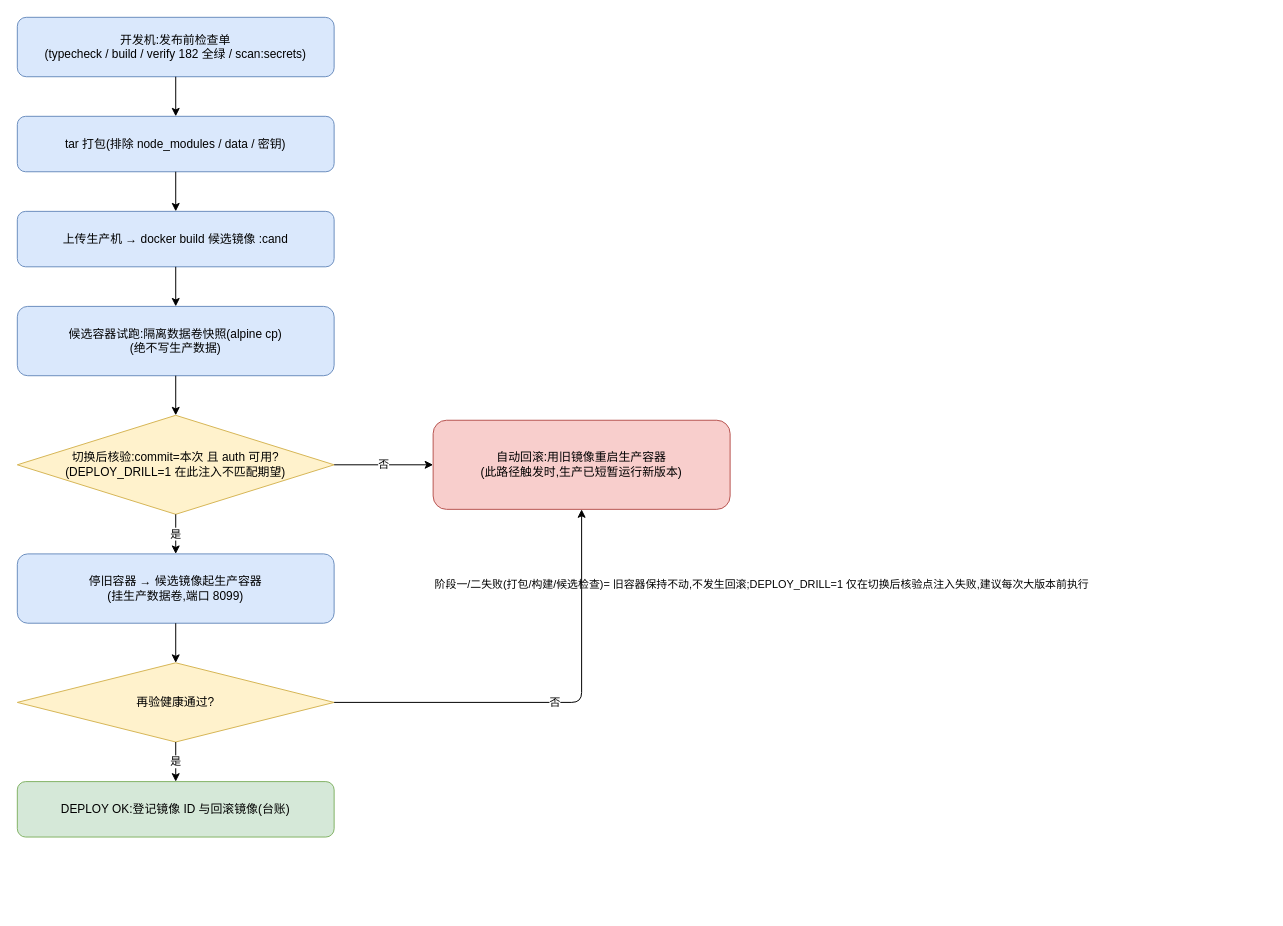
apllozhang/MMBoard keeps this draw.io diagram as docs/diagrams/06-发布与回滚流程.drawio. Above is the earlier version. Source tidied: cells renumbered, new cells numbered last; positions are measured from the earlier drawing's top-left corner, leaving out a move shared by most shapes. Both pictures are drawn from the tidied source at 99%, with x=0, y=0 at pixel (17, 17).
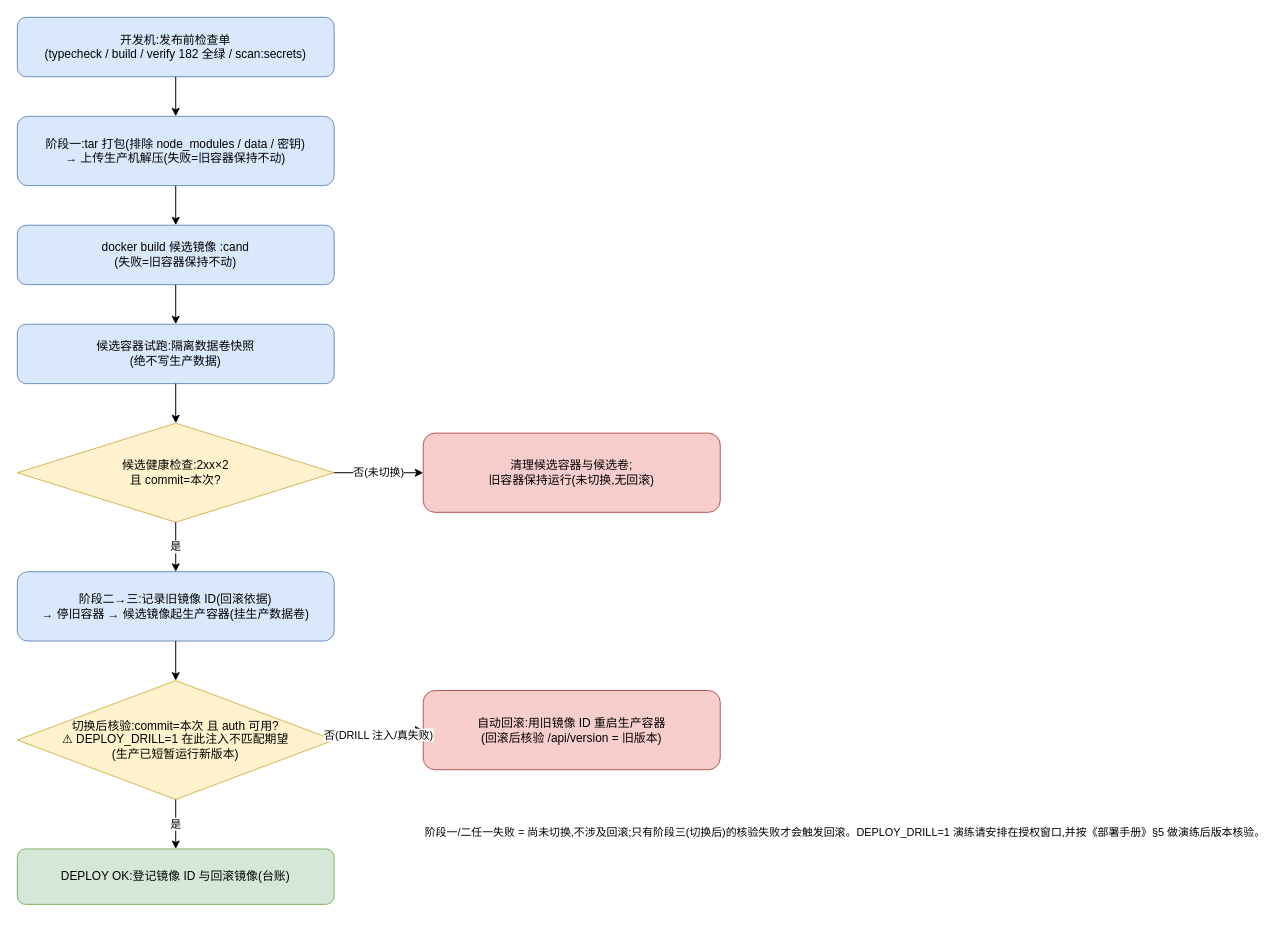
Above is the later version.

The edit, as a diff of the source:
```diff
@@
-    <mxCell id="3" value="tar 打包(排除 node_modules / data / 密钥)" style="rounded=1;whiteSpace=wrap;html=1;fillColor=#dae8fc;strokeColor=#6c8ebf;" parent="1" vertex="1">
-      <mxGeometry y="100" width="320" height="56" as="geometry" />
+    <mxCell id="3" value="阶段一:tar 打包(排除 node_modules / data / 密钥)&lt;br&gt;→ 上传生产机解压(失败=旧容器保持不动)" style="rounded=1;whiteSpace=wrap;html=1;fillColor=#dae8fc;strokeColor=#6c8ebf;" parent="1" vertex="1">
+      <mxGeometry y="100" width="320" height="70" as="geometry" />
     </mxCell>
-    <mxCell id="4" value="上传生产机 → docker build 候选镜像 :cand" style="rounded=1;whiteSpace=wrap;html=1;fillColor=#dae8fc;strokeColor=#6c8ebf;" parent="1" vertex="1">
-      <mxGeometry y="196" width="320" height="56" as="geometry" />
+    <mxCell id="4" value="docker build 候选镜像 :cand&lt;br&gt;(失败=旧容器保持不动)" style="rounded=1;whiteSpace=wrap;html=1;fillColor=#dae8fc;strokeColor=#6c8ebf;" parent="1" vertex="1">
+      <mxGeometry y="210" width="320" height="60" as="geometry" />
     </mxCell>
-    <mxCell id="5" value="候选容器试跑:隔离数据卷快照(alpine cp)&lt;br&gt;(绝不写生产数据)" style="rounded=1;whiteSpace=wrap;html=1;fillColor=#dae8fc;strokeColor=#6c8ebf;" parent="1" vertex="1">
-      <mxGeometry y="292" width="320" height="70" as="geometry" />
+    <mxCell id="5" value="候选容器试跑:隔离数据卷快照&lt;br&gt;(绝不写生产数据)" style="rounded=1;whiteSpace=wrap;html=1;fillColor=#dae8fc;strokeColor=#6c8ebf;" parent="1" vertex="1">
+      <mxGeometry y="310" width="320" height="60" as="geometry" />
     </mxCell>
-    <mxCell id="6" value="切换后核验:commit=本次 且 auth 可用?&lt;br&gt;(DEPLOY_DRILL=1 在此注入不匹配期望)" style="rhombus;whiteSpace=wrap;html=1;fillColor=#fff2cc;strokeColor=#d6b656;" parent="1" vertex="1">
-      <mxGeometry y="402" width="320" height="100" as="geometry" />
+    <mxCell id="6" value="候选健康检查:2xx×2&lt;br&gt;且 commit=本次?" style="rhombus;whiteSpace=wrap;html=1;fillColor=#fff2cc;strokeColor=#d6b656;" parent="1" vertex="1">
+      <mxGeometry y="410" width="320" height="100" as="geometry" />
     </mxCell>
-    <mxCell id="7" value="自动回滚:用旧镜像重启生产容器&lt;br&gt;(此路径触发时,生产已短暂运行新版本)" style="rounded=1;whiteSpace=wrap;html=1;fillColor=#f8cecc;strokeColor=#b85450;" parent="1" vertex="1">
-      <mxGeometry x="420" y="407" width="300" height="90" as="geometry" />
-    </mxCell>
+    <mxCell id="21" value="清理候选容器与候选卷;&lt;br&gt;旧容器保持运行(未切换,无回滚)" style="rounded=1;whiteSpace=wrap;html=1;fillColor=#f8cecc;strokeColor=#b85450;" parent="1" vertex="1">
+      <mxGeometry x="410" y="420" width="300" height="80" as="geometry" />
+    </mxCell>
-    <mxCell id="8" value="停旧容器 → 候选镜像起生产容器&lt;br&gt;(挂生产数据卷,端口 8099)" style="rounded=1;whiteSpace=wrap;html=1;fillColor=#dae8fc;strokeColor=#6c8ebf;" parent="1" vertex="1">
-      <mxGeometry y="542" width="320" height="70" as="geometry" />
+    <mxCell id="8" value="阶段二→三:记录旧镜像 ID(回滚依据)&lt;br&gt;→ 停旧容器 → 候选镜像起生产容器(挂生产数据卷)" style="rounded=1;whiteSpace=wrap;html=1;fillColor=#dae8fc;strokeColor=#6c8ebf;" parent="1" vertex="1">
+      <mxGeometry y="560" width="320" height="70" as="geometry" />
     </mxCell>
-    <mxCell id="9" value="再验健康通过?" style="rhombus;whiteSpace=wrap;html=1;fillColor=#fff2cc;strokeColor=#d6b656;" parent="1" vertex="1">
-      <mxGeometry y="652" width="320" height="80" as="geometry" />
+    <mxCell id="9" value="切换后核验:commit=本次 且 auth 可用?&lt;br&gt;⚠ DEPLOY_DRILL=1 在此注入不匹配期望&lt;br&gt;(生产已短暂运行新版本)" style="rhombus;whiteSpace=wrap;html=1;fillColor=#fff2cc;strokeColor=#d6b656;" parent="1" vertex="1">
+      <mxGeometry y="670" width="320" height="120" as="geometry" />
     </mxCell>
+    <mxCell id="7" value="自动回滚:用旧镜像 ID 重启生产容器&lt;br&gt;(回滚后核验 /api/version = 旧版本)" style="rounded=1;whiteSpace=wrap;html=1;fillColor=#f8cecc;strokeColor=#b85450;" parent="1" vertex="1">
+      <mxGeometry x="410" y="680" width="300" height="80" as="geometry" />
+    </mxCell>
     <mxCell id="10" value="DEPLOY OK:登记镜像 ID 与回滚镜像(台账)" style="rounded=1;whiteSpace=wrap;html=1;fillColor=#d5e8d8;strokeColor=#82b366;" parent="1" vertex="1">
-      <mxGeometry y="772" width="320" height="56" as="geometry" />
+      <mxGeometry y="840" width="320" height="56" as="geometry" />
     </mxCell>
-    <mxCell id="11" value="阶段一/二失败(打包/构建/候选检查)= 旧容器保持不动,不发生回滚;DEPLOY_DRILL=1 仅在切换后核验点注入失败,建议每次大版本前执行" style="text;html=1;align=left;fontSize=11;" parent="1" vertex="1">
-      <mxGeometry x="420" y="560" width="320" height="80" as="geometry" />
+    <mxCell id="11" value="阶段一/二任一失败 = 尚未切换,不涉及回滚;只有阶段三(切换后)的核验失败才会触发回滚。DEPLOY_DRILL=1 演练请安排在授权窗口,并按《部署手册》§5 做演练后版本核验。" style="text;html=1;align=left;fontSize=11;" parent="1" vertex="1">
+      <mxGeometry x="410" y="810" width="330" height="90" as="geometry" />
     </mxCell>
@@
-    <mxCell id="16" value="否" style="edgeStyle=orthogonalEdgeStyle;rounded=1;html=1;" parent="1" edge="1" source="6" target="7">
+    <mxCell id="16" value="否(未切换)" style="edgeStyle=orthogonalEdgeStyle;rounded=1;html=1;" parent="1" edge="1" source="6" target="21">
       <mxGeometry relative="1" as="geometry" />
     </mxCell>
@@
-    <mxCell id="19" value="是" style="edgeStyle=orthogonalEdgeStyle;rounded=1;html=1;" parent="1" edge="1" source="9" target="10">
+    <mxCell id="19" value="否(DRILL 注入/真失败)" style="edgeStyle=orthogonalEdgeStyle;rounded=1;html=1;" parent="1" edge="1" source="9" target="7">
       <mxGeometry relative="1" as="geometry" />
     </mxCell>
-    <mxCell id="20" value="否" style="edgeStyle=orthogonalEdgeStyle;rounded=1;html=1;" parent="1" edge="1" source="9" target="7">
+    <mxCell id="20" value="是" style="edgeStyle=orthogonalEdgeStyle;rounded=1;html=1;" parent="1" edge="1" source="9" target="10">
       <mxGeometry relative="1" as="geometry" />
     </mxCell>
```
